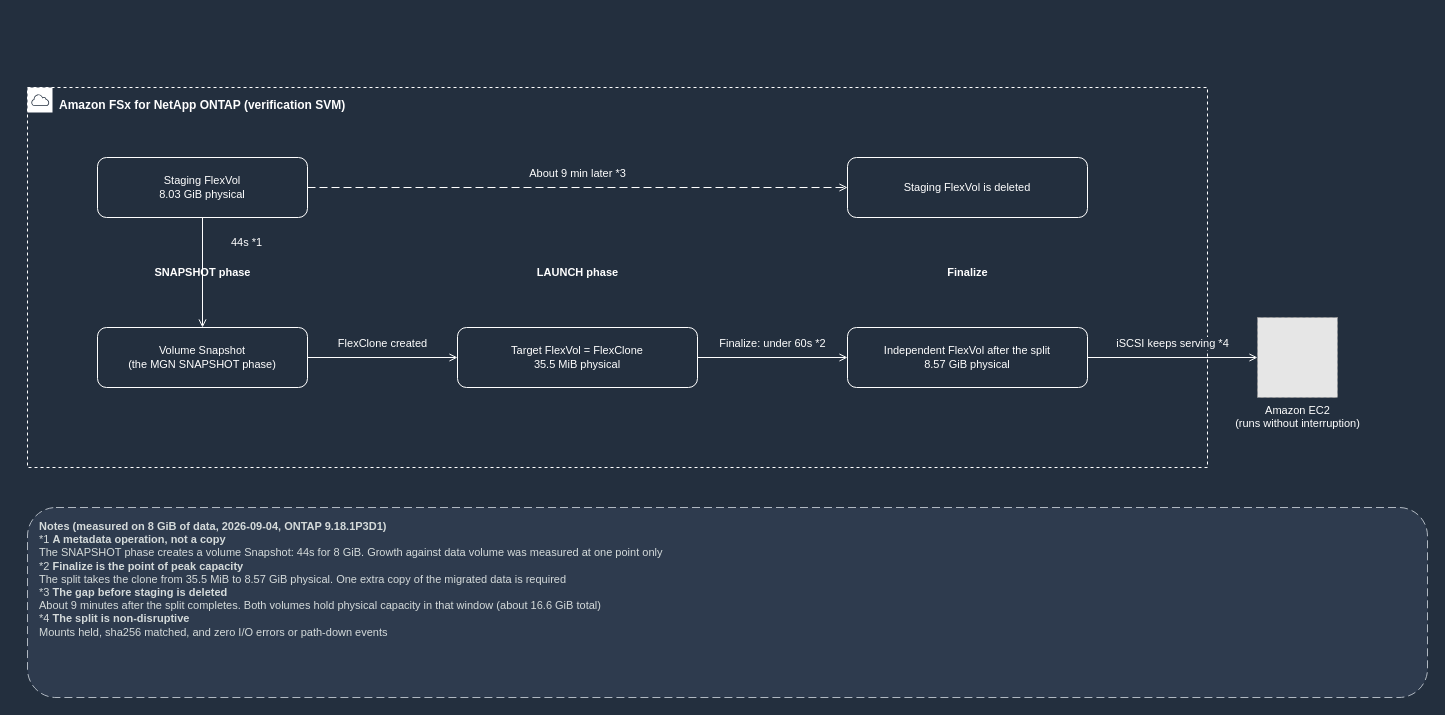
Above: docs/_assets/diagrams/atx-fsxn-finalize-flexclone-en-dark.drawio in Yoshiki0705/vmware-migration-ec2-ontap (draw.io), before the change. Source tidied: cells renumbered, new cells numbered last; positions are measured from the earlier drawing's top-left corner, leaving out a move shared by most shapes. Both pictures are drawn from the tidied source at 100%, with x=0, y=0 at pixel (27, 87). Pictures stored in the file or linked from it are replaced by grey dashed boxes.
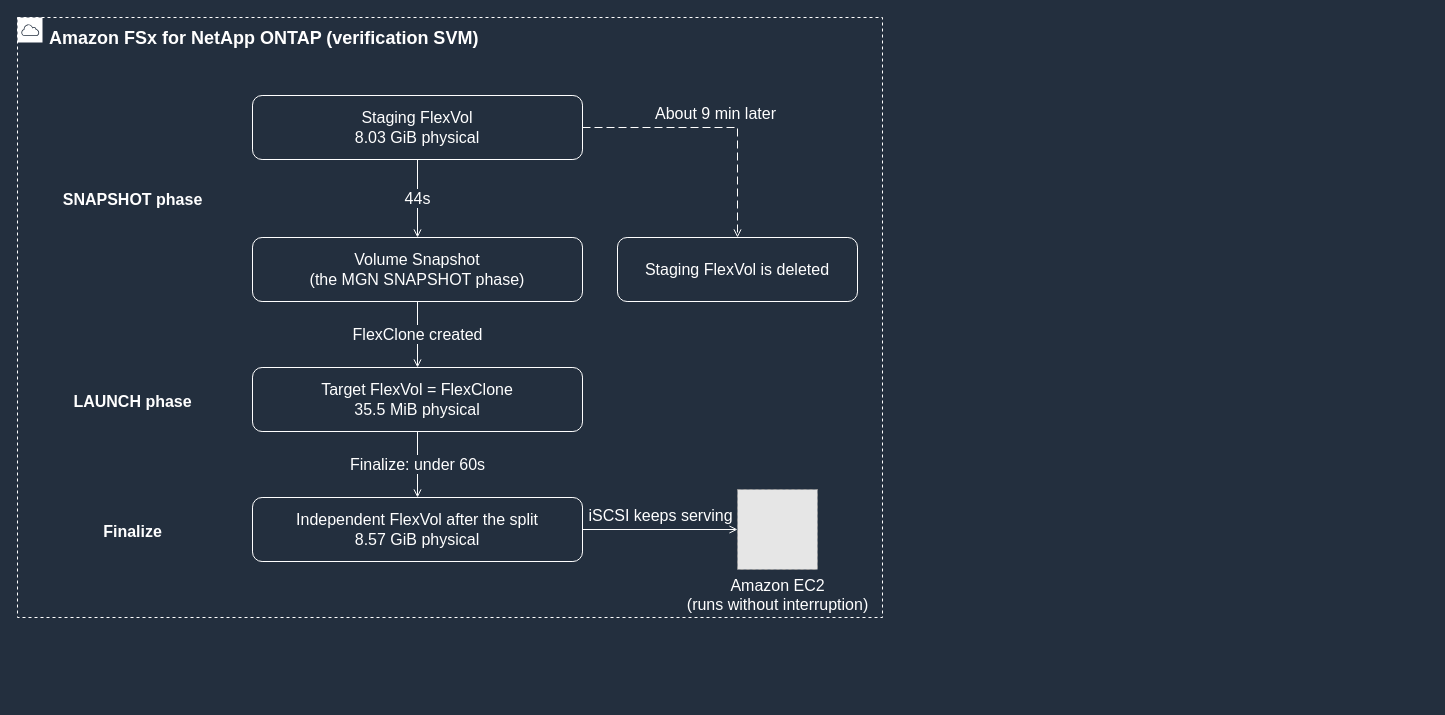
The same diagram, later.

The edit, as a diff of the source:
```diff
@@
-    <mxCell id="2" value="Amazon FSx for NetApp ONTAP (verification SVM)" style="gradientColor=none;html=1;whiteSpace=wrap;fontSize=12;fontStyle=1;fontColor=#FFFFFF;shape=mxgraph.aws4.group;grIcon=mxgraph.aws4.group_aws_cloud;strokeColor=#FFFFFF;fillColor=none;verticalAlign=top;align=left;spacingLeft=30;spacingTop=4;dashed=1;" parent="1" vertex="1">
-      <mxGeometry width="1180" height="380" as="geometry" />
+    <mxCell id="2" value="Amazon FSx for NetApp ONTAP (verification SVM)" style="gradientColor=none;html=1;whiteSpace=wrap;fontSize=18;fontStyle=1;fontColor=#FFFFFF;shape=mxgraph.aws4.group;grIcon=mxgraph.aws4.group_aws_cloud;strokeColor=#FFFFFF;fillColor=none;verticalAlign=top;align=left;spacingLeft=30;spacingTop=4;dashed=1;" parent="1" vertex="1">
+      <mxGeometry x="-10" y="-70" width="865" height="600" as="geometry" />
     </mxCell>
-    <mxCell id="3" value="Staging FlexVol&#10;8.03 GiB physical" style="rounded=1;whiteSpace=wrap;html=1;strokeColor=#FFFFFF;fillColor=none;fontColor=#FFFFFF;fontSize=11;verticalAlign=middle;align=center;" parent="1" vertex="1">
-      <mxGeometry x="70" y="70" width="210" height="60" as="geometry" />
+    <mxCell id="3" value="Staging FlexVol&#10;8.03 GiB physical" style="rounded=1;whiteSpace=wrap;html=1;strokeColor=#FFFFFF;fillColor=none;fontColor=#FFFFFF;fontSize=16;verticalAlign=middle;align=center;" parent="1" vertex="1">
+      <mxGeometry x="225" y="8" width="330" height="64" as="geometry" />
     </mxCell>
-    <mxCell id="4" value="Volume Snapshot&#10;(the MGN SNAPSHOT phase)" style="rounded=1;whiteSpace=wrap;html=1;strokeColor=#FFFFFF;fillColor=none;fontColor=#FFFFFF;fontSize=11;verticalAlign=middle;align=center;" parent="1" vertex="1">
-      <mxGeometry x="70" y="240" width="210" height="60" as="geometry" />
+    <mxCell id="4" value="Volume Snapshot&#10;(the MGN SNAPSHOT phase)" style="rounded=1;whiteSpace=wrap;html=1;strokeColor=#FFFFFF;fillColor=none;fontColor=#FFFFFF;fontSize=16;verticalAlign=middle;align=center;" parent="1" vertex="1">
+      <mxGeometry x="225" y="150" width="330" height="64" as="geometry" />
     </mxCell>
-    <mxCell id="5" value="Target FlexVol = FlexClone&#10;35.5 MiB physical" style="rounded=1;whiteSpace=wrap;html=1;strokeColor=#FFFFFF;fillColor=none;fontColor=#FFFFFF;fontSize=11;verticalAlign=middle;align=center;" parent="1" vertex="1">
-      <mxGeometry x="430" y="240" width="240" height="60" as="geometry" />
+    <mxCell id="5" value="Target FlexVol = FlexClone&#10;35.5 MiB physical" style="rounded=1;whiteSpace=wrap;html=1;strokeColor=#FFFFFF;fillColor=none;fontColor=#FFFFFF;fontSize=16;verticalAlign=middle;align=center;" parent="1" vertex="1">
+      <mxGeometry x="225" y="280" width="330" height="64" as="geometry" />
     </mxCell>
-    <mxCell id="6" value="Independent FlexVol after the split&#10;8.57 GiB physical" style="rounded=1;whiteSpace=wrap;html=1;strokeColor=#FFFFFF;fillColor=none;fontColor=#FFFFFF;fontSize=11;verticalAlign=middle;align=center;" parent="1" vertex="1">
-      <mxGeometry x="820" y="240" width="240" height="60" as="geometry" />
+    <mxCell id="6" value="Independent FlexVol after the split&#10;8.57 GiB physical" style="rounded=1;whiteSpace=wrap;html=1;strokeColor=#FFFFFF;fillColor=none;fontColor=#FFFFFF;fontSize=16;verticalAlign=middle;align=center;" parent="1" vertex="1">
+      <mxGeometry x="225" y="410" width="330" height="64" as="geometry" />
     </mxCell>
-    <mxCell id="7" value="Staging FlexVol is deleted" style="rounded=1;whiteSpace=wrap;html=1;strokeColor=#FFFFFF;fillColor=none;fontColor=#FFFFFF;fontSize=11;verticalAlign=middle;align=center;" parent="1" vertex="1">
-      <mxGeometry x="820" y="70" width="240" height="60" as="geometry" />
+    <mxCell id="7" value="Staging FlexVol is deleted" style="rounded=1;whiteSpace=wrap;html=1;strokeColor=#FFFFFF;fillColor=none;fontColor=#FFFFFF;fontSize=16;verticalAlign=middle;align=center;" parent="1" vertex="1">
+      <mxGeometry x="590" y="150" width="240" height="64" as="geometry" />
     </mxCell>
-    <mxCell id="8" value="SNAPSHOT phase" style="text;html=1;strokeColor=none;fillColor=none;align=center;verticalAlign=middle;fontSize=11;fontStyle=1;fontColor=#FFFFFF;" parent="1" vertex="1">
-      <mxGeometry x="50" y="170" width="250" height="30" as="geometry" />
+    <mxCell id="8" value="SNAPSHOT phase" style="text;html=1;strokeColor=none;fillColor=none;align=center;verticalAlign=middle;fontSize=16;fontStyle=1;fontColor=#FFFFFF;" parent="1" vertex="1">
+      <mxGeometry x="5" y="88" width="200" height="48" as="geometry" />
     </mxCell>
-    <mxCell id="9" value="LAUNCH phase" style="text;html=1;strokeColor=none;fillColor=none;align=center;verticalAlign=middle;fontSize=11;fontStyle=1;fontColor=#FFFFFF;" parent="1" vertex="1">
-      <mxGeometry x="410" y="170" width="280" height="30" as="geometry" />
+    <mxCell id="9" value="LAUNCH phase" style="text;html=1;strokeColor=none;fillColor=none;align=center;verticalAlign=middle;fontSize=16;fontStyle=1;fontColor=#FFFFFF;" parent="1" vertex="1">
+      <mxGeometry x="5" y="290" width="200" height="48" as="geometry" />
     </mxCell>
-    <mxCell id="10" value="Finalize" style="text;html=1;strokeColor=none;fillColor=none;align=center;verticalAlign=middle;fontSize=11;fontStyle=1;fontColor=#FFFFFF;" parent="1" vertex="1">
-      <mxGeometry x="800" y="170" width="280" height="30" as="geometry" />
+    <mxCell id="10" value="Finalize" style="text;html=1;strokeColor=none;fillColor=none;align=center;verticalAlign=middle;fontSize=16;fontStyle=1;fontColor=#FFFFFF;" parent="1" vertex="1">
+      <mxGeometry x="5" y="420" width="200" height="48" as="geometry" />
     </mxCell>
-    <mxCell id="11" value="Amazon EC2&#10;(runs without interruption)" style="fillColor=#E6E6E6;strokeColor=#999999;dashed=1;html=1;verticalLabelPosition=bottom;verticalAlign=top;labelPosition=center;align=center;fontSize=11;fontColor=#FFFFFF;" parent="1" vertex="1">
-      <mxGeometry x="1230" y="230" width="80" height="80" as="geometry" />
+    <mxCell id="11" value="Amazon EC2&#10;(runs without interruption)" style="fillColor=#E6E6E6;strokeColor=#999999;dashed=1;html=1;verticalLabelPosition=bottom;verticalAlign=top;labelPosition=center;align=center;fontSize=16;fontColor=#FFFFFF;" parent="1" vertex="1">
+      <mxGeometry x="710" y="402" width="80" height="80" as="geometry" />
     </mxCell>
-    <mxCell id="12" value="44s *1" style="edgeStyle=orthogonalEdgeStyle;rounded=0;html=1;endArrow=open;endFill=0;strokeColor=#FFFFFF;strokeWidth=1;fontSize=11;fontColor=#FFFFFF;labelBackgroundColor=#232F3E;exitX=0.5;exitY=1;exitDx=0;exitDy=0;entryX=0.5;entryY=0;entryDx=0;entryDy=0;" parent="1" edge="1" source="3" target="4">
-      <mxGeometry x="-0.55" relative="1" as="geometry">
-        <mxPoint x="44" as="offset" />
-      </mxGeometry>
+    <mxCell id="12" value="44s" style="edgeStyle=orthogonalEdgeStyle;rounded=0;html=1;endArrow=open;endFill=0;strokeColor=#FFFFFF;strokeWidth=1;fontSize=16;fontColor=#FFFFFF;labelBackgroundColor=#232F3E;exitX=0.5;exitY=1;exitDx=0;exitDy=0;entryX=0.5;entryY=0;entryDx=0;entryDy=0;" parent="1" edge="1" source="3" target="4">
+      <mxGeometry relative="1" as="geometry" />
     </mxCell>
-    <mxCell id="13" value="FlexClone created" style="edgeStyle=orthogonalEdgeStyle;rounded=0;html=1;endArrow=open;endFill=0;strokeColor=#FFFFFF;strokeWidth=1;fontSize=11;fontColor=#FFFFFF;labelBackgroundColor=#232F3E;exitX=1;exitY=0.5;exitDx=0;exitDy=0;entryX=0;entryY=0.5;entryDx=0;entryDy=0;" parent="1" edge="1" source="4" target="5">
-      <mxGeometry relative="1" as="geometry">
-        <mxPoint y="-14" as="offset" />
-      </mxGeometry>
+    <mxCell id="13" value="FlexClone created" style="edgeStyle=orthogonalEdgeStyle;rounded=0;html=1;endArrow=open;endFill=0;strokeColor=#FFFFFF;strokeWidth=1;fontSize=16;fontColor=#FFFFFF;labelBackgroundColor=#232F3E;exitX=0.5;exitY=1;exitDx=0;exitDy=0;entryX=0.5;entryY=0;entryDx=0;entryDy=0;" parent="1" edge="1" source="4" target="5">
+      <mxGeometry relative="1" as="geometry" />
     </mxCell>
-    <mxCell id="14" value="Finalize: under 60s *2" style="edgeStyle=orthogonalEdgeStyle;rounded=0;html=1;endArrow=open;endFill=0;strokeColor=#FFFFFF;strokeWidth=1;fontSize=11;fontColor=#FFFFFF;labelBackgroundColor=#232F3E;exitX=1;exitY=0.5;exitDx=0;exitDy=0;entryX=0;entryY=0.5;entryDx=0;entryDy=0;" parent="1" edge="1" source="5" target="6">
-      <mxGeometry relative="1" as="geometry">
-        <mxPoint y="-14" as="offset" />
-      </mxGeometry>
+    <mxCell id="14" value="Finalize: under 60s" style="edgeStyle=orthogonalEdgeStyle;rounded=0;html=1;endArrow=open;endFill=0;strokeColor=#FFFFFF;strokeWidth=1;fontSize=16;fontColor=#FFFFFF;labelBackgroundColor=#232F3E;exitX=0.5;exitY=1;exitDx=0;exitDy=0;entryX=0.5;entryY=0;entryDx=0;entryDy=0;" parent="1" edge="1" source="5" target="6">
+      <mxGeometry relative="1" as="geometry" />
     </mxCell>
-    <mxCell id="15" value="About 9 min later *3" style="edgeStyle=orthogonalEdgeStyle;rounded=0;html=1;endArrow=open;endFill=0;strokeColor=#FFFFFF;strokeWidth=1;fontSize=11;fontColor=#FFFFFF;labelBackgroundColor=#232F3E;exitX=1;exitY=0.5;exitDx=0;exitDy=0;entryX=0;entryY=0.5;entryDx=0;entryDy=0;dashed=1;dashPattern=8 4;" parent="1" edge="1" source="3" target="7">
+    <mxCell id="15" value="About 9 min later" style="edgeStyle=orthogonalEdgeStyle;rounded=0;html=1;endArrow=open;endFill=0;strokeColor=#FFFFFF;strokeWidth=1;fontSize=16;fontColor=#FFFFFF;labelBackgroundColor=#232F3E;exitX=1;exitY=0.5;exitDx=0;exitDy=0;entryX=0.5;entryY=0;entryDx=0;entryDy=0;dashed=1;dashPattern=8 4;" parent="1" edge="1" source="3" target="7">
       <mxGeometry relative="1" as="geometry">
         <mxPoint y="-14" as="offset" />
       </mxGeometry>
     </mxCell>
-    <mxCell id="16" value="iSCSI keeps serving *4" style="edgeStyle=orthogonalEdgeStyle;rounded=0;html=1;endArrow=open;endFill=0;strokeColor=#FFFFFF;strokeWidth=1;fontSize=11;fontColor=#FFFFFF;labelBackgroundColor=#232F3E;exitX=1;exitY=0.5;exitDx=0;exitDy=0;entryX=0;entryY=0.5;entryDx=0;entryDy=0;" parent="1" edge="1" source="6" target="11">
+    <mxCell id="16" value="iSCSI keeps serving" style="edgeStyle=orthogonalEdgeStyle;rounded=0;html=1;endArrow=open;endFill=0;strokeColor=#FFFFFF;strokeWidth=1;fontSize=16;fontColor=#FFFFFF;labelBackgroundColor=#232F3E;exitX=1;exitY=0.5;exitDx=0;exitDy=0;entryX=0;entryY=0.5;entryDx=0;entryDy=0;" parent="1" edge="1" source="6" target="11">
       <mxGeometry relative="1" as="geometry">
         <mxPoint y="-14" as="offset" />
       </mxGeometry>
     </mxCell>
-    <mxCell id="17" value="&lt;b&gt;Notes (measured on 8 GiB of data, 2026-09-04, ONTAP 9.18.1P3D1)&lt;/b&gt;&lt;br&gt;*1 &lt;b&gt;A metadata operation, not a copy&lt;/b&gt;&lt;br&gt;The SNAPSHOT phase creates a volume Snapshot: 44s for 8 GiB. Growth against data volume was measured at one point only&lt;br&gt;*2 &lt;b&gt;Finalize is the point of peak capacity&lt;/b&gt;&lt;br&gt;The split takes the clone from 35.5 MiB to 8.57 GiB physical. One extra copy of the migrated data is required&lt;br&gt;*3 &lt;b&gt;The gap before staging is deleted&lt;/b&gt;&lt;br&gt;About 9 minutes after the split completes. Both volumes hold physical capacity in that window (about 16.6 GiB total)&lt;br&gt;*4 &lt;b&gt;The split is non-disruptive&lt;/b&gt;&lt;br&gt;Mounts held, sha256 matched, and zero I/O errors or path-down events" style="rounded=1;whiteSpace=wrap;html=1;dashed=1;dashPattern=8 4;strokeColor=#B0B8C1;fillColor=#2E3B4E;fontColor=#D5DBDB;fontSize=11;align=left;verticalAlign=top;spacingLeft=10;spacingTop=6;" parent="1" vertex="1">
-      <mxGeometry y="420" width="1400" height="190" as="geometry" />
-    </mxCell>
```
